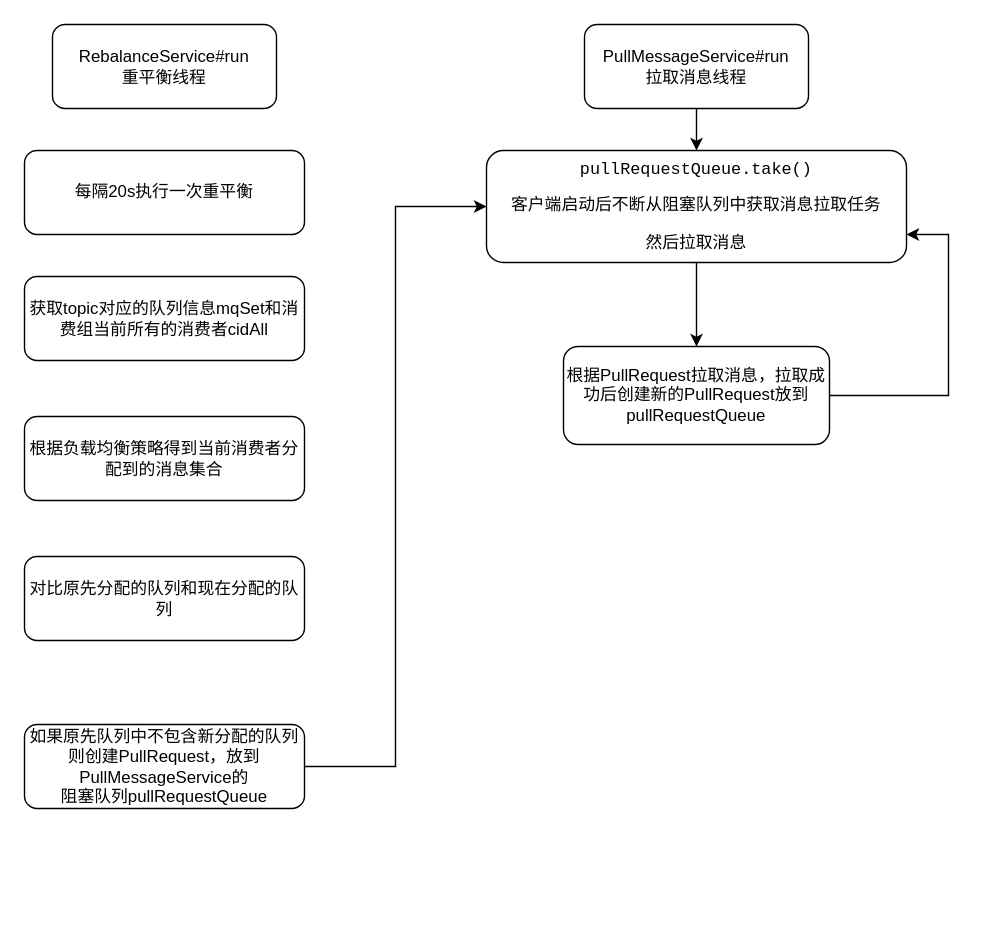
Above: rocketmq/消息重平衡流程.drawio in erlieStar/diagrams (draw.io), before the change. Source tidied: cells renumbered, new cells numbered last; positions are measured from the earlier drawing's top-left corner, leaving out a move shared by most shapes. Both pictures are drawn from the tidied source at 140%, with x=0, y=0 at pixel (24, 24).
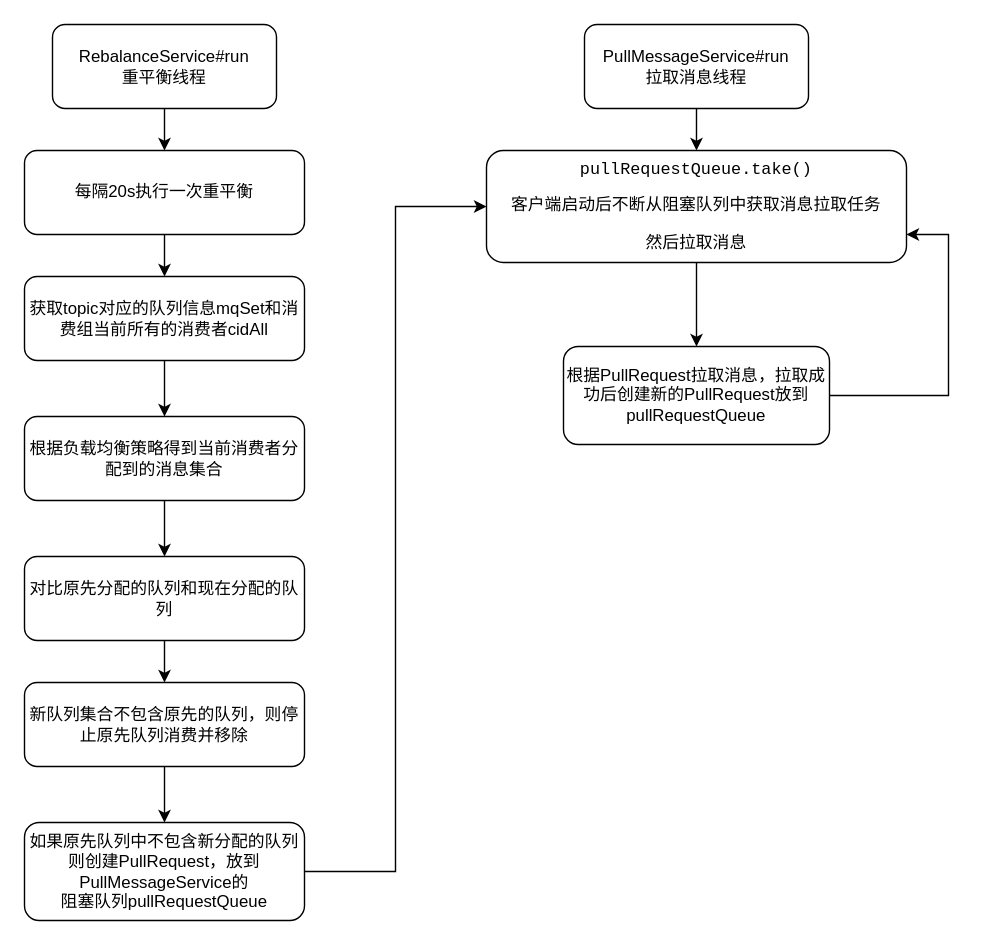
Above is the later version.

Commit message:
Update 消息重平衡流程.drawio

The change refers to these unchanged cells:
```xml
<mxCell id="2" value="RebalanceService#run&lt;br&gt;重平衡线程" style="rounded=1;whiteSpace=wrap;html=1;" parent="1" vertex="1">
  <mxGeometry x="20" width="160" height="60" as="geometry" />
</mxCell>
<mxCell id="3" value="每隔20s执行一次重平衡" style="rounded=1;whiteSpace=wrap;html=1;" parent="1" vertex="1">
  <mxGeometry y="90" width="200" height="60" as="geometry" />
</mxCell>
<mxCell id="4" value="获取topic对应的队列信息mqSet和消费组当前所有的消费者cidAll" style="rounded=1;whiteSpace=wrap;html=1;" parent="1" vertex="1">
  <mxGeometry y="180" width="200" height="60" as="geometry" />
</mxCell>
<mxCell id="5" value="根据负载均衡策略得到当前消费者分配到的消息集合" style="rounded=1;whiteSpace=wrap;html=1;" parent="1" vertex="1">
  <mxGeometry y="280" width="200" height="60" as="geometry" />
</mxCell>
<mxCell id="6" value="对比原先分配的队列和现在分配的队列" style="rounded=1;whiteSpace=wrap;html=1;" parent="1" vertex="1">
  <mxGeometry y="380" width="200" height="60" as="geometry" />
</mxCell>
```

Change to the diagram source:
```diff
@@
+    <mxCell id="15" style="edgeStyle=orthogonalEdgeStyle;rounded=0;jettySize=auto;html=1;" parent="1" edge="1" source="2" target="3">
+      <mxGeometry relative="1" as="geometry" />
+    </mxCell>
@@
+    <mxCell id="16" style="edgeStyle=orthogonalEdgeStyle;rounded=0;jettySize=auto;html=1;" parent="1" edge="1" source="3" target="4">
+      <mxGeometry relative="1" as="geometry" />
+    </mxCell>
@@
+    <mxCell id="17" style="edgeStyle=orthogonalEdgeStyle;rounded=0;jettySize=auto;html=1;" parent="1" edge="1" source="4" target="5">
+      <mxGeometry relative="1" as="geometry" />
+    </mxCell>
@@
+    <mxCell id="18" style="edgeStyle=orthogonalEdgeStyle;rounded=0;jettySize=auto;html=1;" parent="1" edge="1" source="5" target="6">
+      <mxGeometry relative="1" as="geometry" />
+    </mxCell>
@@
+    <mxCell id="19" style="edgeStyle=orthogonalEdgeStyle;rounded=0;jettySize=auto;html=1;" parent="1" edge="1" source="6" target="21">
+      <mxGeometry relative="1" as="geometry" />
+    </mxCell>
@@
     <mxCell id="12" value="如果原先队列中不包含新分配的队列&lt;br&gt;则创建PullRequest，放到PullMessageService的&lt;br&gt;阻塞队列&lt;span&gt;pullRequestQueue&lt;/span&gt;" style="rounded=1;whiteSpace=wrap;html=1;" parent="1" vertex="1">
-      <mxGeometry y="500" width="200" height="60" as="geometry" />
+      <mxGeometry y="570" width="200" height="70" as="geometry" />
     </mxCell>
@@
+    <mxCell id="20" style="edgeStyle=orthogonalEdgeStyle;rounded=0;jettySize=auto;html=1;" parent="1" edge="1" source="21" target="12">
+      <mxGeometry relative="1" as="geometry" />
+    </mxCell>
+    <mxCell id="21" value="新队列集合不包含原先的队列，则停止原先队列消费并移除" style="rounded=1;whiteSpace=wrap;html=1;" parent="1" vertex="1">
+      <mxGeometry y="470" width="200" height="60" as="geometry" />
+    </mxCell>
```
